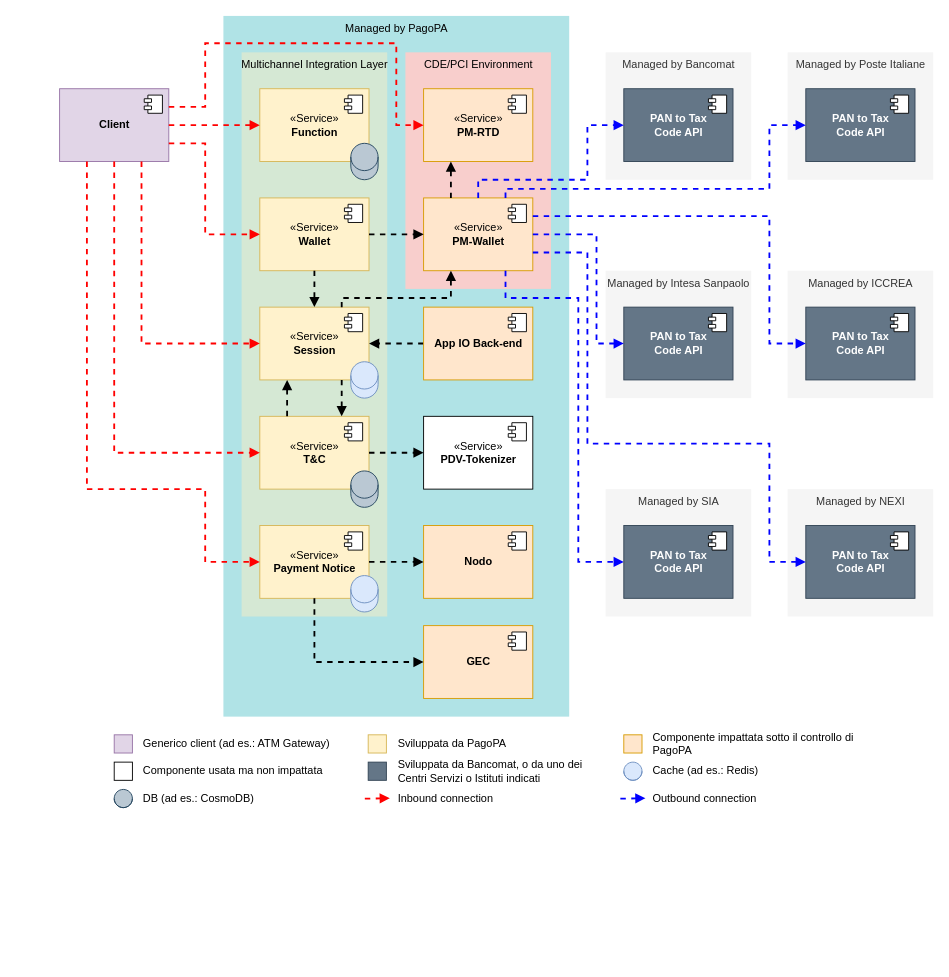
This is component_diags/components.drawio from pagopa/mil-diags, a draw.io file, before an edit. Source tidied: cells renumbered, new cells numbered last; positions are measured from the earlier drawing's top-left corner, leaving out a move shared by most shapes. Both pictures are drawn from the tidied source at 91%, with x=0, y=0 at pixel (59, 15).
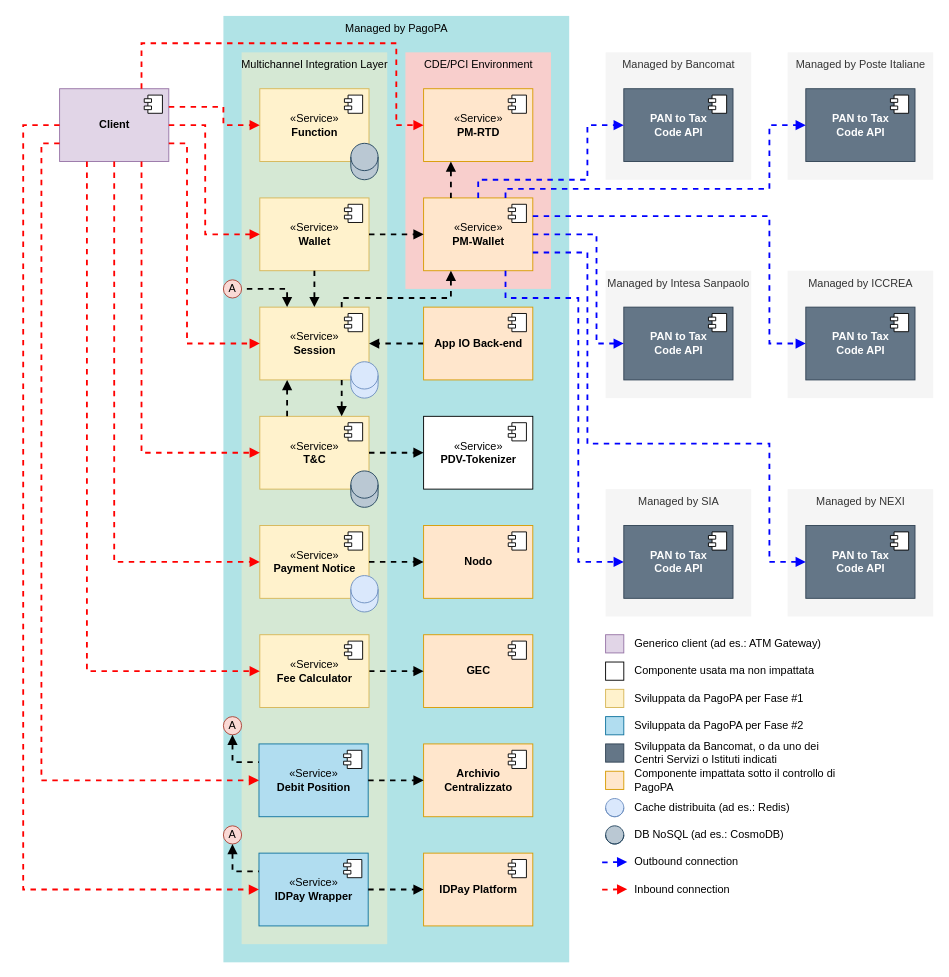
Above is the later version.

Commit message:
Fee Calculator, Debit Position and IDPay Wrapper services added.

Unchanged cells that the change refers to:
```xml
<mxCell id="9" value="«Service»&lt;br&gt;&lt;b&gt;Session&lt;/b&gt;" style="html=1;fillColor=#fff2cc;strokeColor=#d6b656;" parent="1" vertex="1">
  <mxGeometry x="220" y="320" width="120" height="80" as="geometry" />
</mxCell>
<mxCell id="11" value="«Service»&lt;br&gt;&lt;b&gt;Payment Notice&lt;/b&gt;" style="html=1;fillColor=#fff2cc;strokeColor=#d6b656;" parent="1" vertex="1">
  <mxGeometry x="220" y="560" width="120" height="80" as="geometry" />
</mxCell>
<mxCell id="13" value="«Service»&lt;br&gt;&lt;b&gt;Wallet&lt;/b&gt;" style="html=1;fillColor=#fff2cc;strokeColor=#d6b656;" parent="1" vertex="1">
  <mxGeometry x="220" y="200" width="120" height="80" as="geometry" />
</mxCell>
<mxCell id="15" value="«Service»&lt;br&gt;&lt;b&gt;T&amp;amp;C&lt;/b&gt;" style="html=1;fillColor=#fff2cc;strokeColor=#d6b656;" parent="1" vertex="1">
  <mxGeometry x="220" y="440" width="120" height="80" as="geometry" />
</mxCell>
<mxCell id="19" value="&lt;b&gt;Client&lt;/b&gt;" style="html=1;fillColor=#e1d5e7;strokeColor=#9673a6;" parent="1" vertex="1">
  <mxGeometry y="80" width="120" height="80" as="geometry" />
</mxCell>
<mxCell id="47" value="«Service»&lt;br&gt;&lt;b&gt;PM-RTD&lt;/b&gt;" style="html=1;fillColor=#ffe6cc;strokeColor=#d79b00;" parent="1" vertex="1">
  <mxGeometry x="400" y="80" width="120" height="80" as="geometry" />
</mxCell>
<mxCell id="55" value="«Service»&lt;br&gt;&lt;b&gt;Function&lt;/b&gt;" style="html=1;fillColor=#fff2cc;strokeColor=#d6b656;" parent="1" vertex="1">
  <mxGeometry x="220" y="80" width="120" height="80" as="geometry" />
</mxCell>
```

Change to the diagram source:
```diff
@@
     <mxCell id="4" value="Managed by PagoPA" style="html=1;fontStyle=0;verticalAlign=top;fillColor=#b0e3e6;strokeColor=none;strokeWidth=3;" parent="1" vertex="1">
-      <mxGeometry x="180" width="380" height="770" as="geometry" />
+      <mxGeometry x="180" width="380" height="1040" as="geometry" />
     </mxCell>
@@
     <mxCell id="8" value="&lt;span style=&quot;font-weight: normal;&quot;&gt;&lt;span&gt;Multichannel Integration Layer&lt;/span&gt;&lt;/span&gt;" style="html=1;fontStyle=1;verticalAlign=top;fillColor=#d5e8d4;strokeColor=none;strokeWidth=3;" parent="1" vertex="1">
-      <mxGeometry x="200" y="40" width="160" height="620" as="geometry" />
+      <mxGeometry x="200" y="40" width="160" height="980" as="geometry" />
     </mxCell>
@@
-    <mxCell id="21" style="endArrow=block;html=1;rounded=0;endFill=1;strokeWidth=2;dashed=1;entryX=0;entryY=0.5;entryDx=0;entryDy=0;exitX=0.5;exitY=1;exitDx=0;exitDy=0;edgeStyle=orthogonalEdgeStyle;fillColor=#e51400;strokeColor=#FF0000;" parent="1" edge="1" source="19" target="15">
+    <mxCell id="21" style="endArrow=block;html=1;rounded=0;endFill=1;strokeWidth=2;dashed=1;entryX=0;entryY=0.5;entryDx=0;entryDy=0;exitX=0.75;exitY=1;exitDx=0;exitDy=0;edgeStyle=orthogonalEdgeStyle;fillColor=#e51400;strokeColor=#FF0000;" parent="1" edge="1" source="19" target="15">
       <mxGeometry relative="1" as="geometry" />
     </mxCell>
-    <mxCell id="22" style="endArrow=block;html=1;rounded=0;endFill=1;strokeWidth=2;dashed=1;exitX=0.25;exitY=1;exitDx=0;exitDy=0;entryX=0;entryY=0.5;entryDx=0;entryDy=0;edgeStyle=orthogonalEdgeStyle;fillColor=#e51400;strokeColor=#FF0000;" parent="1" edge="1" source="19" target="11">
+    <mxCell id="22" style="endArrow=block;html=1;rounded=0;endFill=1;strokeWidth=2;dashed=1;exitX=0.5;exitY=1;exitDx=0;exitDy=0;entryX=0;entryY=0.5;entryDx=0;entryDy=0;edgeStyle=orthogonalEdgeStyle;fillColor=#e51400;strokeColor=#FF0000;" parent="1" edge="1" source="19" target="11">
       <mxGeometry relative="1" as="geometry">
         <Array as="points">
-          <mxPoint x="30" y="520" />
-          <mxPoint x="160" y="520" />
-          <mxPoint x="160" y="600" />
+          <mxPoint x="60" y="600" />
         </Array>
       </mxGeometry>
     </mxCell>
-    <mxCell id="23" style="endArrow=block;html=1;rounded=0;endFill=1;entryX=0;entryY=0.5;entryDx=0;entryDy=0;strokeWidth=2;dashed=1;exitX=1;exitY=0.75;exitDx=0;exitDy=0;edgeStyle=orthogonalEdgeStyle;fillColor=#e51400;strokeColor=#FF0000;" parent="1" edge="1" source="19" target="13">
+    <mxCell id="23" style="endArrow=block;html=1;rounded=0;endFill=1;entryX=0;entryY=0.5;entryDx=0;entryDy=0;strokeWidth=2;dashed=1;exitX=1;exitY=0.5;exitDx=0;exitDy=0;edgeStyle=orthogonalEdgeStyle;fillColor=#e51400;strokeColor=#FF0000;" parent="1" edge="1" source="19" target="13">
       <mxGeometry relative="1" as="geometry">
         <Array as="points">
-          <mxPoint x="160" y="140" />
+          <mxPoint x="160" y="120" />
           <mxPoint x="160" y="240" />
         </Array>
       </mxGeometry>
     </mxCell>
-    <mxCell id="24" style="endArrow=block;html=1;rounded=0;endFill=1;strokeWidth=2;dashed=1;entryX=0;entryY=0.5;entryDx=0;entryDy=0;exitX=0.75;exitY=1;exitDx=0;exitDy=0;edgeStyle=orthogonalEdgeStyle;fillColor=#e51400;strokeColor=#FF0000;" parent="1" edge="1" source="19" target="9">
-      <mxGeometry relative="1" as="geometry" />
+    <mxCell id="24" style="endArrow=block;html=1;rounded=0;endFill=1;strokeWidth=2;dashed=1;entryX=0;entryY=0.5;entryDx=0;entryDy=0;exitX=1;exitY=0.75;exitDx=0;exitDy=0;edgeStyle=orthogonalEdgeStyle;fillColor=#e51400;strokeColor=#FF0000;" parent="1" edge="1" source="19" target="9">
+      <mxGeometry relative="1" as="geometry">
+        <Array as="points">
+          <mxPoint x="140" y="140" />
+          <mxPoint x="140" y="360" />
+        </Array>
+      </mxGeometry>
     </mxCell>
@@
     <mxCell id="32" style="rounded=0;whiteSpace=wrap;html=1;fillColor=#e1d5e7;strokeColor=#9673a6;" parent="1" vertex="1">
-      <mxGeometry x="60" y="790" width="20" height="20" as="geometry" />
+      <mxGeometry x="600" y="680" width="20" height="20" as="geometry" />
     </mxCell>
     <mxCell id="33" style="rounded=0;whiteSpace=wrap;html=1;fillColor=#fff2cc;strokeColor=#d6b656;" parent="1" vertex="1">
-      <mxGeometry x="339.1" y="790" width="20" height="20" as="geometry" />
+      <mxGeometry x="600" y="740" width="20" height="20" as="geometry" />
     </mxCell>
     <mxCell id="34" style="rounded=0;whiteSpace=wrap;html=1;fillColor=#ffe6cc;strokeColor=#d79b00;" parent="1" vertex="1">
-      <mxGeometry x="620" y="790" width="20" height="20" as="geometry" />
+      <mxGeometry x="600" y="830" width="20" height="20" as="geometry" />
     </mxCell>
     <mxCell id="35" style="rounded=0;whiteSpace=wrap;html=1;" parent="1" vertex="1">
-      <mxGeometry x="60" y="820" width="20" height="20" as="geometry" />
+      <mxGeometry x="600" y="710" width="20" height="20" as="geometry" />
     </mxCell>
     <mxCell id="36" style="rounded=0;whiteSpace=wrap;html=1;fillColor=#647687;fontColor=#ffffff;strokeColor=#314354;" parent="1" vertex="1">
-      <mxGeometry x="339.1" y="820" width="20" height="20" as="geometry" />
+      <mxGeometry x="600" y="800" width="20" height="20" as="geometry" />
     </mxCell>
-    <mxCell id="37" value="Generico client (ad es.: ATM Gateway)" style="rounded=0;whiteSpace=wrap;html=1;fillColor=none;strokeColor=none;align=left;" parent="1" vertex="1">
-      <mxGeometry x="90" y="790" width="240" height="20" as="geometry" />
+    <mxCell id="37" value="Generico client (ad es.: ATM Gateway)" style="rounded=0;whiteSpace=wrap;html=1;align=left;strokeColor=none;fillColor=none;" parent="1" vertex="1">
+      <mxGeometry x="630" y="680" width="240" height="20" as="geometry" />
     </mxCell>
-    <mxCell id="38" value="Sviluppata da PagoPA" style="rounded=0;whiteSpace=wrap;html=1;fillColor=none;strokeColor=none;align=left;" parent="1" vertex="1">
-      <mxGeometry x="370" y="790" width="240" height="20" as="geometry" />
+    <mxCell id="38" value="Sviluppata da PagoPA per Fase #1" style="rounded=0;whiteSpace=wrap;html=1;align=left;strokeColor=none;fillColor=none;" parent="1" vertex="1">
+      <mxGeometry x="630" y="740" width="240" height="20" as="geometry" />
     </mxCell>
-    <mxCell id="39" value="Componente impattata sotto il controllo di PagoPA" style="rounded=0;whiteSpace=wrap;html=1;fillColor=none;strokeColor=none;align=left;" parent="1" vertex="1">
-      <mxGeometry x="650" y="790" width="240" height="20" as="geometry" />
+    <mxCell id="39" value="Componente impattata sotto il controllo di PagoPA" style="rounded=0;whiteSpace=wrap;html=1;align=left;strokeColor=none;fillColor=none;" parent="1" vertex="1">
+      <mxGeometry x="630" y="830" width="240" height="20" as="geometry" />
     </mxCell>
-    <mxCell id="40" value="Componente usata ma non impattata" style="rounded=0;whiteSpace=wrap;html=1;fillColor=none;strokeColor=none;align=left;" parent="1" vertex="1">
-      <mxGeometry x="90" y="820" width="240" height="20" as="geometry" />
+    <mxCell id="40" value="Componente usata ma non impattata" style="rounded=0;whiteSpace=wrap;html=1;align=left;strokeColor=none;fillColor=none;" parent="1" vertex="1">
+      <mxGeometry x="630" y="710" width="240" height="20" as="geometry" />
     </mxCell>
-    <mxCell id="41" value="Sviluppata da Bancomat, o da uno dei Centri Servizi o Istituti indicati" style="rounded=0;whiteSpace=wrap;html=1;fillColor=none;strokeColor=none;align=left;" parent="1" vertex="1">
-      <mxGeometry x="370" y="820" width="240" height="20" as="geometry" />
+    <mxCell id="41" value="Sviluppata da Bancomat, o da uno dei Centri Servizi o Istituti indicati" style="rounded=0;whiteSpace=wrap;html=1;align=left;strokeColor=none;fillColor=none;" parent="1" vertex="1">
+      <mxGeometry x="630" y="800" width="240" height="20" as="geometry" />
     </mxCell>
@@
-    <mxCell id="49" style="endArrow=block;html=1;rounded=0;endFill=1;strokeWidth=2;dashed=1;elbow=vertical;exitX=1;exitY=0.25;exitDx=0;exitDy=0;edgeStyle=orthogonalEdgeStyle;entryX=0;entryY=0.5;entryDx=0;entryDy=0;fillColor=#e51400;strokeColor=#FF0000;" parent="1" edge="1" source="19" target="47">
+    <mxCell id="49" style="endArrow=block;html=1;rounded=0;endFill=1;strokeWidth=2;dashed=1;elbow=vertical;exitX=0.75;exitY=0;exitDx=0;exitDy=0;edgeStyle=orthogonalEdgeStyle;entryX=0;entryY=0.5;entryDx=0;entryDy=0;fillColor=#e51400;strokeColor=#FF0000;" parent="1" edge="1" source="19" target="47">
       <mxGeometry relative="1" as="geometry">
         <Array as="points">
-          <mxPoint x="160" y="100" />
-          <mxPoint x="160" y="30" />
+          <mxPoint x="90" y="30" />
           <mxPoint x="370" y="30" />
           <mxPoint x="370" y="120" />
         </Array>
       </mxGeometry>
     </mxCell>
@@
-    <mxCell id="57" style="endArrow=block;html=1;rounded=0;endFill=1;strokeWidth=2;dashed=1;entryX=0;entryY=0.5;entryDx=0;entryDy=0;fillColor=#e51400;strokeColor=#FF0000;" parent="1" edge="1" source="19" target="55">
-      <mxGeometry relative="1" as="geometry" />
+    <mxCell id="57" style="endArrow=block;html=1;rounded=0;endFill=1;strokeWidth=2;dashed=1;entryX=0;entryY=0.5;entryDx=0;entryDy=0;fillColor=#e51400;strokeColor=#FF0000;exitX=1;exitY=0.25;exitDx=0;exitDy=0;edgeStyle=orthogonalEdgeStyle;" parent="1" edge="1" source="19" target="55">
+      <mxGeometry relative="1" as="geometry">
+        <Array as="points">
+          <mxPoint x="180" y="100" />
+          <mxPoint x="180" y="120" />
+        </Array>
+      </mxGeometry>
     </mxCell>
@@
     <mxCell id="68" style="endArrow=block;html=1;rounded=0;endFill=1;strokeWidth=2;dashed=1;fillColor=#e51400;strokeColor=#FF0000;" parent="1" edge="1">
       <mxGeometry relative="1" as="geometry">
-        <mxPoint x="335.4" y="860.2" as="sourcePoint" />
-        <mxPoint x="362.9" y="859.7" as="targetPoint" />
+        <mxPoint x="596.2" y="960.2" as="sourcePoint" />
+        <mxPoint x="623.8" y="959.7" as="targetPoint" />
       </mxGeometry>
     </mxCell>
-    <mxCell id="69" value="Inbound connection" style="rounded=0;whiteSpace=wrap;html=1;fillColor=none;strokeColor=none;align=left;" parent="1" vertex="1">
-      <mxGeometry x="370" y="850" width="240" height="20" as="geometry" />
+    <mxCell id="69" value="Inbound connection" style="rounded=0;whiteSpace=wrap;html=1;align=left;strokeColor=none;fillColor=none;" parent="1" vertex="1">
+      <mxGeometry x="630" y="950" width="240" height="20" as="geometry" />
     </mxCell>
     <mxCell id="70" style="endArrow=block;html=1;rounded=0;endFill=1;strokeWidth=2;dashed=1;fillColor=#e51400;strokeColor=#0000FF;" parent="1" edge="1">
       <mxGeometry relative="1" as="geometry">
-        <mxPoint x="616.2" y="860.2" as="sourcePoint" />
-        <mxPoint x="643.8" y="859.7" as="targetPoint" />
+        <mxPoint x="596.2" y="930.2" as="sourcePoint" />
+        <mxPoint x="623.8" y="929.7" as="targetPoint" />
       </mxGeometry>
     </mxCell>
-    <mxCell id="71" value="Outbound connection" style="rounded=0;whiteSpace=wrap;html=1;fillColor=none;strokeColor=none;align=left;" parent="1" vertex="1">
-      <mxGeometry x="650" y="850" width="240" height="20" as="geometry" />
+    <mxCell id="71" value="Outbound connection" style="rounded=0;whiteSpace=wrap;html=1;align=left;strokeColor=none;fillColor=none;" parent="1" vertex="1">
+      <mxGeometry x="630" y="920" width="240" height="20" as="geometry" />
     </mxCell>
@@
     <mxCell id="84" style="shape=cylinder3;whiteSpace=wrap;html=1;boundedLbl=1;backgroundOutline=1;size=15;fillColor=#dae8fc;strokeColor=#6c8ebf;" parent="1" vertex="1">
-      <mxGeometry x="620" y="820" width="20" height="20" as="geometry" />
+      <mxGeometry x="600" y="860" width="20" height="20" as="geometry" />
     </mxCell>
-    <mxCell id="85" value="Cache (ad es.: Redis)" style="rounded=0;whiteSpace=wrap;html=1;fillColor=none;strokeColor=none;align=left;" parent="1" vertex="1">
-      <mxGeometry x="650" y="820" width="240" height="20" as="geometry" />
+    <mxCell id="85" value="Cache distribuita (ad es.: Redis)" style="rounded=0;whiteSpace=wrap;html=1;align=left;strokeColor=none;fillColor=none;" parent="1" vertex="1">
+      <mxGeometry x="630" y="860" width="240" height="20" as="geometry" />
     </mxCell>
     <mxCell id="86" style="shape=cylinder3;whiteSpace=wrap;html=1;boundedLbl=1;backgroundOutline=1;size=15;fillColor=#bac8d3;strokeColor=#23445d;" parent="1" vertex="1">
-      <mxGeometry x="60" y="850" width="20" height="20" as="geometry" />
+      <mxGeometry x="600" y="890" width="20" height="20" as="geometry" />
     </mxCell>
-    <mxCell id="87" value="DB (ad es.: CosmoDB)" style="rounded=0;whiteSpace=wrap;html=1;fillColor=none;strokeColor=none;align=left;" parent="1" vertex="1">
-      <mxGeometry x="90" y="850" width="240" height="20" as="geometry" />
+    <mxCell id="87" value="DB NoSQL (ad es.: CosmoDB)" style="rounded=0;whiteSpace=wrap;html=1;align=left;strokeColor=none;fillColor=none;" parent="1" vertex="1">
+      <mxGeometry x="630" y="890" width="240" height="20" as="geometry" />
     </mxCell>
     <mxCell id="88" value="&lt;b&gt;GEC&lt;/b&gt;" style="html=1;fillColor=#ffe6cc;strokeColor=#d79b00;" parent="1" vertex="1">
-      <mxGeometry x="400" y="670" width="120" height="80" as="geometry" />
+      <mxGeometry x="400" y="680" width="120" height="80" as="geometry" />
     </mxCell>
@@
-    <mxCell id="90" style="endArrow=block;html=1;rounded=0;endFill=1;strokeWidth=2;dashed=1;exitX=0.5;exitY=1;exitDx=0;exitDy=0;entryX=0;entryY=0.5;entryDx=0;entryDy=0;edgeStyle=orthogonalEdgeStyle;" parent="1" edge="1" source="11" target="88">
+    <mxCell id="90" style="endArrow=block;html=1;rounded=0;endFill=1;strokeWidth=2;dashed=1;exitX=1;exitY=0.5;exitDx=0;exitDy=0;entryX=0;entryY=0.5;entryDx=0;entryDy=0;edgeStyle=orthogonalEdgeStyle;startArrow=none;" parent="1" edge="1" source="91" target="88">
       <mxGeometry relative="1" as="geometry" />
     </mxCell>
+    <mxCell id="91" value="«Service»&lt;br&gt;&lt;b&gt;Fee Calculator&lt;/b&gt;" style="html=1;fillColor=#fff2cc;strokeColor=#d6b656;" parent="1" vertex="1">
+      <mxGeometry x="220" y="680" width="120" height="80" as="geometry" />
+    </mxCell>
+    <mxCell id="92" style="shape=module;jettyWidth=8;jettyHeight=4;" parent="91" vertex="1">
+      <mxGeometry x="1" width="20" height="20" relative="1" as="geometry">
+        <mxPoint x="-27" y="7" as="offset" />
+      </mxGeometry>
+    </mxCell>
+    <mxCell id="93" style="endArrow=block;html=1;rounded=0;endFill=1;strokeWidth=2;dashed=1;exitX=0.25;exitY=1;exitDx=0;exitDy=0;entryX=0;entryY=0.5;entryDx=0;entryDy=0;edgeStyle=orthogonalEdgeStyle;fillColor=#e51400;strokeColor=#FF0000;" parent="1" edge="1" source="19" target="91">
+      <mxGeometry relative="1" as="geometry">
+        <Array as="points">
+          <mxPoint x="30" y="720" />
+        </Array>
+      </mxGeometry>
+    </mxCell>
+    <mxCell id="94" value="«Service»&lt;br&gt;&lt;b&gt;Debit Position&lt;/b&gt;" style="html=1;fillColor=#b1ddf0;strokeColor=#10739e;" parent="1" vertex="1">
+      <mxGeometry x="219.1" y="800" width="120" height="80" as="geometry" />
+    </mxCell>
+    <mxCell id="95" style="shape=module;jettyWidth=8;jettyHeight=4;" parent="94" vertex="1">
+      <mxGeometry x="1" width="20" height="20" relative="1" as="geometry">
+        <mxPoint x="-27" y="7" as="offset" />
+      </mxGeometry>
+    </mxCell>
+    <mxCell id="96" value="«Service»&lt;br&gt;&lt;b&gt;IDPay Wrapper&lt;/b&gt;" style="html=1;fillColor=#b1ddf0;strokeColor=#10739e;" parent="1" vertex="1">
+      <mxGeometry x="219.1" y="920" width="120" height="80" as="geometry" />
+    </mxCell>
+    <mxCell id="97" style="shape=module;jettyWidth=8;jettyHeight=4;" parent="96" vertex="1">
+      <mxGeometry x="1" width="20" height="20" relative="1" as="geometry">
+        <mxPoint x="-27" y="7" as="offset" />
+      </mxGeometry>
+    </mxCell>
+    <mxCell id="98" value="&lt;b&gt;Archivio&lt;br&gt;Centralizzato&lt;/b&gt;" style="html=1;fillColor=#ffe6cc;strokeColor=#d79b00;" parent="1" vertex="1">
+      <mxGeometry x="400" y="800" width="120" height="80" as="geometry" />
+    </mxCell>
+    <mxCell id="99" style="shape=module;jettyWidth=8;jettyHeight=4;" parent="98" vertex="1">
+      <mxGeometry x="1" width="20" height="20" relative="1" as="geometry">
+        <mxPoint x="-27" y="7" as="offset" />
+      </mxGeometry>
+    </mxCell>
+    <mxCell id="100" value="&lt;b&gt;IDPay Platform&lt;/b&gt;" style="html=1;fillColor=#ffe6cc;strokeColor=#d79b00;" parent="1" vertex="1">
+      <mxGeometry x="400" y="920" width="120" height="80" as="geometry" />
+    </mxCell>
+    <mxCell id="101" style="shape=module;jettyWidth=8;jettyHeight=4;" parent="100" vertex="1">
+      <mxGeometry x="1" width="20" height="20" relative="1" as="geometry">
+        <mxPoint x="-27" y="7" as="offset" />
+      </mxGeometry>
+    </mxCell>
+    <mxCell id="102" style="endArrow=block;html=1;rounded=0;endFill=1;strokeWidth=2;dashed=1;exitX=1;exitY=0.5;exitDx=0;exitDy=0;edgeStyle=orthogonalEdgeStyle;startArrow=none;" parent="1" edge="1" source="94">
+      <mxGeometry relative="1" as="geometry">
+        <mxPoint x="400" y="840" as="targetPoint" />
+      </mxGeometry>
+    </mxCell>
+    <mxCell id="103" style="endArrow=block;html=1;rounded=0;endFill=1;strokeWidth=2;dashed=1;exitX=1;exitY=0.5;exitDx=0;exitDy=0;edgeStyle=orthogonalEdgeStyle;startArrow=none;entryX=0;entryY=0.5;entryDx=0;entryDy=0;" parent="1" edge="1" source="96" target="100">
+      <mxGeometry relative="1" as="geometry" />
+    </mxCell>
+    <mxCell id="104" value="A" style="ellipse;whiteSpace=wrap;html=1;fillColor=#fad9d5;strokeColor=#ae4132;" parent="1" vertex="1">
+      <mxGeometry x="180" y="290" width="20" height="20" as="geometry" />
+    </mxCell>
+    <mxCell id="105" style="endArrow=none;html=1;rounded=0;endFill=0;startArrow=block;startFill=1;elbow=vertical;strokeWidth=2;dashed=1;entryX=1;entryY=0.5;entryDx=0;entryDy=0;exitX=0.25;exitY=0;exitDx=0;exitDy=0;edgeStyle=orthogonalEdgeStyle;" parent="1" edge="1" source="9" target="104">
+      <mxGeometry relative="1" as="geometry" />
+    </mxCell>
+    <mxCell id="106" value="A" style="ellipse;whiteSpace=wrap;html=1;fillColor=#fad9d5;strokeColor=#ae4132;" parent="1" vertex="1">
+      <mxGeometry x="180" y="770" width="20" height="20" as="geometry" />
+    </mxCell>
+    <mxCell id="107" style="endArrow=none;html=1;rounded=0;endFill=0;startArrow=block;startFill=1;elbow=vertical;strokeWidth=2;dashed=1;entryX=0;entryY=0.25;entryDx=0;entryDy=0;exitX=0.5;exitY=1;exitDx=0;exitDy=0;edgeStyle=orthogonalEdgeStyle;" parent="1" edge="1" source="106" target="94">
+      <mxGeometry relative="1" as="geometry" />
+    </mxCell>
+    <mxCell id="108" value="A" style="ellipse;whiteSpace=wrap;html=1;fillColor=#fad9d5;strokeColor=#ae4132;" parent="1" vertex="1">
+      <mxGeometry x="180" y="890" width="20" height="20" as="geometry" />
+    </mxCell>
+    <mxCell id="109" style="endArrow=none;html=1;rounded=0;endFill=0;startArrow=block;startFill=1;elbow=vertical;strokeWidth=2;dashed=1;entryX=0;entryY=0.25;entryDx=0;entryDy=0;edgeStyle=orthogonalEdgeStyle;exitX=0.5;exitY=1;exitDx=0;exitDy=0;" parent="1" edge="1" source="108" target="96">
+      <mxGeometry relative="1" as="geometry" />
+    </mxCell>
+    <mxCell id="110" style="endArrow=block;html=1;rounded=0;endFill=1;strokeWidth=2;dashed=1;exitX=0;exitY=0.75;exitDx=0;exitDy=0;entryX=0;entryY=0.5;entryDx=0;entryDy=0;edgeStyle=orthogonalEdgeStyle;fillColor=#e51400;strokeColor=#FF0000;" parent="1" edge="1" source="19" target="94">
+      <mxGeometry relative="1" as="geometry">
+        <Array as="points">
+          <mxPoint x="-20" y="140" />
+          <mxPoint x="-20" y="840" />
+        </Array>
+      </mxGeometry>
+    </mxCell>
+    <mxCell id="111" style="endArrow=block;html=1;rounded=0;endFill=1;strokeWidth=2;dashed=1;exitX=0;exitY=0.5;exitDx=0;exitDy=0;entryX=0;entryY=0.5;entryDx=0;entryDy=0;edgeStyle=orthogonalEdgeStyle;fillColor=#e51400;strokeColor=#FF0000;" parent="1" edge="1" source="19" target="96">
+      <mxGeometry relative="1" as="geometry">
+        <Array as="points">
+          <mxPoint x="-40" y="120" />
+          <mxPoint x="-40" y="960" />
+        </Array>
+      </mxGeometry>
+    </mxCell>
+    <mxCell id="112" style="rounded=0;whiteSpace=wrap;html=1;fillColor=#b1ddf0;strokeColor=#10739e;" parent="1" vertex="1">
+      <mxGeometry x="600" y="770" width="20" height="20" as="geometry" />
+    </mxCell>
+    <mxCell id="113" value="Sviluppata da PagoPA per Fase #2" style="rounded=0;whiteSpace=wrap;html=1;align=left;strokeColor=none;fillColor=none;" parent="1" vertex="1">
+      <mxGeometry x="630" y="770" width="240" height="20" as="geometry" />
+    </mxCell>
```
